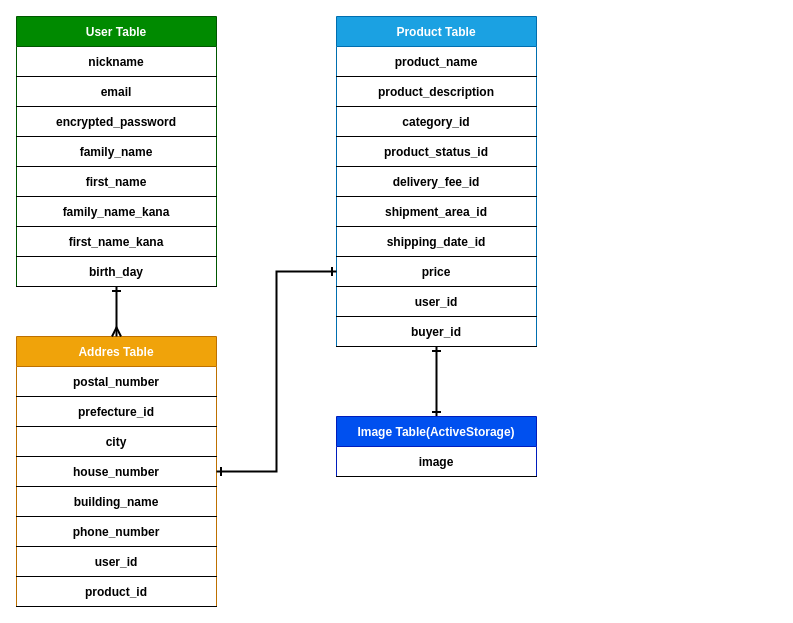
The draw.io diagram ER.dio in Hempraw/furima-34450, before the edit. Source tidied: cells renumbered, new cells numbered last; positions are measured from the earlier drawing's top-left corner, leaving out a move shared by most shapes. Both pictures are drawn from the tidied source at 100%, with x=0, y=0 at pixel (16, 16).
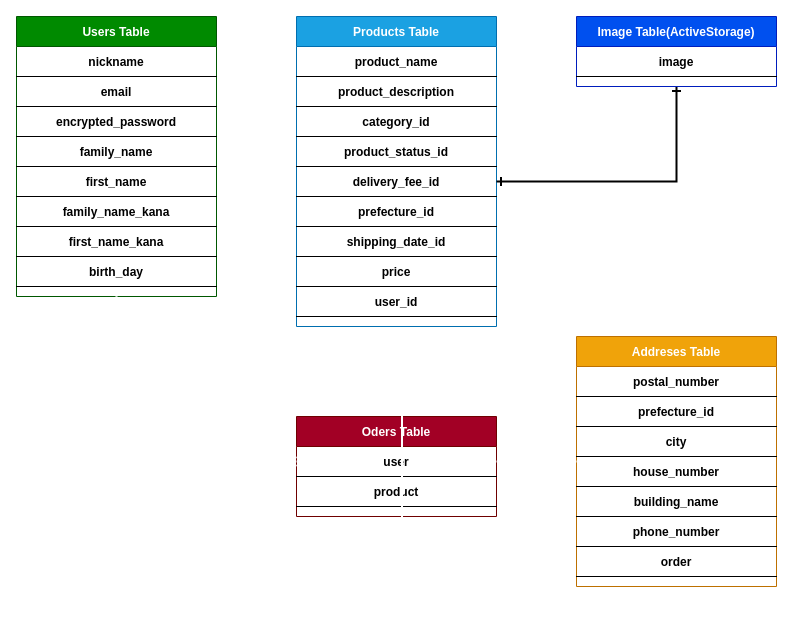
After the change.

Commit message (it also covers changes not shown here):
ER図、DB設計の修正

Unchanged cells that the change refers to:
```xml
<mxCell id="12" style="shape=partialRectangle;fillColor=none;top=0;left=0;bottom=1;right=0;points=[[0,0.5],[1,0.5]];portConstraint=eastwest;" parent="3" vertex="1">
  <mxGeometry y="150" width="200" height="30" as="geometry" />
</mxCell>
<mxCell id="18" style="shape=partialRectangle;fillColor=none;top=0;left=0;bottom=1;right=0;points=[[0,0.5],[1,0.5]];portConstraint=eastwest;" parent="3" vertex="1">
  <mxGeometry y="240" width="200" height="30" as="geometry" />
</mxCell>
<mxCell id="27" style="shape=partialRectangle;fillColor=none;top=0;left=0;bottom=1;right=0;points=[[0,0.5],[1,0.5]];portConstraint=eastwest;" parent="20" vertex="1">
  <mxGeometry y="120" width="200" height="30" as="geometry" />
</mxCell>
<mxCell id="29" style="shape=partialRectangle;fillColor=none;top=0;left=0;bottom=1;right=0;points=[[0,0.5],[1,0.5]];portConstraint=eastwest;" parent="20" vertex="1">
  <mxGeometry y="150" width="200" height="30" as="geometry" />
</mxCell>
<mxCell id="31" style="shape=partialRectangle;fillColor=none;top=0;left=0;bottom=1;right=0;" parent="20" vertex="1">
  <mxGeometry y="180" width="200" height="30" as="geometry" />
</mxCell>
<mxCell id="35" style="shape=partialRectangle;fillColor=none;top=0;left=0;bottom=1;right=0;points=[[0,0.5],[1,0.5]];portConstraint=eastwest;" parent="20" vertex="1">
  <mxGeometry y="240" width="200" height="30" as="geometry" />
</mxCell>
<mxCell id="37" style="shape=partialRectangle;fillColor=none;top=0;left=0;bottom=1;right=0;" parent="20" vertex="1">
  <mxGeometry y="270" width="200" height="30" as="geometry" />
</mxCell>
<mxCell id="52" style="shape=partialRectangle;fillColor=none;top=0;left=0;bottom=1;right=0;points=[[0,0.5],[1,0.5]];portConstraint=eastwest;" parent="45" vertex="1">
  <mxGeometry y="120" width="200" height="30" as="geometry" />
</mxCell>
<mxCell id="58" style="shape=partialRectangle;fillColor=none;top=0;left=0;bottom=1;right=0;" parent="45" vertex="1">
  <mxGeometry y="210" width="200" height="30" as="geometry" />
</mxCell>
```

The edit, as a diff of the source:
```diff
@@
-    <mxCell id="2" style="edgeStyle=orthogonalEdgeStyle;rounded=0;jettySize=auto;html=1;entryX=0;entryY=0.5;entryDx=0;entryDy=0;startArrow=ERone;startFill=0;endArrow=ERmany;endFill=0;strokeWidth=2;fillColor=#60a917;strokeColor=#FFFFFF;" parent="1" edge="1" source="3" target="27">
+    <mxCell id="2" style="edgeStyle=orthogonalEdgeStyle;rounded=0;jettySize=auto;html=1;entryX=0;entryY=0.5;entryDx=0;entryDy=0;startArrow=ERone;startFill=0;endArrow=ERmany;endFill=0;strokeWidth=2;fillColor=#60a917;strokeColor=#FFFFFF;exitX=1;exitY=0.5;exitDx=0;exitDy=0;" parent="1" edge="1" source="12" target="29">
       <mxGeometry relative="1" as="geometry" />
     </mxCell>
-    <mxCell id="3" value="User Table" style="shape=table;startSize=30;childLayout=tableLayout;rowLines=0;fontStyle=1;align=center;strokeColor=#005700;fillColor=#008a00;fontColor=#ffffff;" parent="1" vertex="1">
-      <mxGeometry width="200" height="270" as="geometry" />
+    <mxCell id="3" value="Users Table" style="shape=table;startSize=30;childLayout=tableLayout;rowLines=0;fontStyle=1;align=center;strokeColor=#005700;fillColor=#008a00;fontColor=#ffffff;" parent="1" vertex="1">
+      <mxGeometry width="200" height="280" as="geometry" />
     </mxCell>
@@
+    <mxCell id="64" style="edgeStyle=orthogonalEdgeStyle;rounded=0;jettySize=auto;html=1;startArrow=ERone;startFill=0;endArrow=ERone;endFill=0;strokeColor=#FFFFFF;strokeWidth=2;entryX=0.5;entryY=0;entryDx=0;entryDy=0;" parent="1" edge="1" source="20" target="66">
+      <mxGeometry relative="1" as="geometry" />
+    </mxCell>
-    <mxCell id="20" value="Product Table" style="shape=table;startSize=30;childLayout=tableLayout;rowLines=0;fontStyle=1;align=center;strokeColor=#006EAF;fillColor=#1ba1e2;fontColor=#ffffff;" parent="1" vertex="1">
-      <mxGeometry x="320" width="200" height="330" as="geometry" />
+    <mxCell id="20" value="Products Table" style="shape=table;startSize=30;childLayout=tableLayout;rowLines=0;fontStyle=1;align=center;strokeColor=#006EAF;fillColor=#1ba1e2;fontColor=#ffffff;" parent="1" vertex="1">
+      <mxGeometry x="280" width="200" height="310" as="geometry" />
     </mxCell>
@@
-    <mxCell id="23" style="shape=partialRectangle;fillColor=none;top=0;left=0;bottom=1;right=0;" parent="20" vertex="1">
+    <mxCell id="23" style="shape=partialRectangle;top=0;left=0;bottom=1;right=0;fillColor=none;" parent="20" vertex="1">
       <mxGeometry y="60" width="200" height="30" as="geometry" />
     </mxCell>
@@
-    <mxCell id="32" value="shipment_area_id" style="shape=partialRectangle;fillColor=none;top=0;left=0;bottom=0;right=0;fontStyle=1;overflow=hidden;" parent="31" vertex="1">
+    <mxCell id="32" value="prefecture_id" style="shape=partialRectangle;fillColor=none;top=0;left=0;bottom=0;right=0;fontStyle=1;overflow=hidden;" parent="31" vertex="1">
       <mxGeometry width="200" height="30" as="geometry" />
     </mxCell>
@@
-    <mxCell id="38" value="user_id" style="shape=partialRectangle;fillColor=none;top=0;left=0;bottom=0;right=0;fontStyle=1;overflow=hidden;" parent="37" vertex="1">
+    <mxCell id="38" value="user_id" style="shape=partialRectangle;fillColor=none;top=0;left=0;bottom=0;right=0;fontStyle=1;overflow=hidden;strokeColor=none;" parent="37" vertex="1">
       <mxGeometry width="200" height="30" as="geometry" />
     </mxCell>
-    <mxCell id="39" style="shape=partialRectangle;fillColor=none;top=0;left=0;bottom=1;right=0;points=[[0,0.5],[1,0.5]];portConstraint=eastwest;" parent="20" vertex="1">
-      <mxGeometry y="300" width="200" height="30" as="geometry" />
-    </mxCell>
-    <mxCell id="40" value="buyer_id" style="shape=partialRectangle;fillColor=none;top=0;left=0;bottom=0;right=0;fontStyle=1;overflow=hidden;" parent="39" vertex="1">
-      <mxGeometry width="200" height="30" as="geometry" />
-    </mxCell>
-    <mxCell id="41" style="edgeStyle=orthogonalEdgeStyle;rounded=0;jettySize=auto;html=1;entryX=0.5;entryY=1;entryDx=0;entryDy=0;entryPerimeter=0;startArrow=ERone;startFill=0;endArrow=ERone;endFill=0;strokeWidth=2;" parent="1" edge="1" source="42" target="39">
+    <mxCell id="41" style="edgeStyle=orthogonalEdgeStyle;rounded=0;jettySize=auto;html=1;entryX=1;entryY=0.5;entryDx=0;entryDy=0;startArrow=ERone;startFill=0;endArrow=ERone;endFill=0;strokeWidth=2;" parent="1" edge="1" source="42" target="29">
       <mxGeometry relative="1" as="geometry" />
     </mxCell>
     <mxCell id="42" value="Image Table(ActiveStorage)" style="shape=table;startSize=30;childLayout=tableLayout;rowLines=0;fontStyle=1;align=center;fillColor=#0050ef;strokeColor=#001DBC;fontColor=#ffffff;" parent="1" vertex="1">
-      <mxGeometry x="320" y="400" width="200" height="60" as="geometry" />
+      <mxGeometry x="560" width="200" height="70" as="geometry" />
     </mxCell>
@@
-    <mxCell id="45" value="Addres Table" style="shape=table;startSize=30;childLayout=tableLayout;rowLines=0;fontStyle=1;align=center;strokeColor=#BD7000;fillColor=#f0a30a;fontColor=#ffffff;" parent="1" vertex="1">
-      <mxGeometry y="320" width="200" height="270" as="geometry" />
+    <mxCell id="45" value="Addreses Table" style="shape=table;startSize=30;childLayout=tableLayout;rowLines=0;fontStyle=1;align=center;strokeColor=#BD7000;fillColor=#f0a30a;fontColor=#ffffff;" parent="1" vertex="1">
+      <mxGeometry x="560" y="320" width="200" height="250" as="geometry" />
     </mxCell>
@@
-    <mxCell id="59" value="user_id" style="shape=partialRectangle;fillColor=none;top=0;left=0;bottom=0;right=0;fontStyle=1;overflow=hidden;" parent="58" vertex="1">
+    <mxCell id="59" value="order" style="shape=partialRectangle;fillColor=none;top=0;left=0;bottom=0;right=0;fontStyle=1;overflow=hidden;" parent="58" vertex="1">
       <mxGeometry width="200" height="30" as="geometry" />
     </mxCell>
-    <mxCell id="60" style="shape=partialRectangle;fillColor=none;top=0;left=0;bottom=1;right=0;" parent="45" vertex="1">
-      <mxGeometry y="240" width="200" height="30" as="geometry" />
-    </mxCell>
-    <mxCell id="61" value="product_id" style="shape=partialRectangle;fillColor=none;top=0;left=0;bottom=0;right=0;fontStyle=1;overflow=hidden;" parent="60" vertex="1">
-      <mxGeometry width="200" height="30" as="geometry" />
-    </mxCell>
-    <mxCell id="62" style="edgeStyle=orthogonalEdgeStyle;rounded=0;jettySize=auto;html=1;startArrow=ERone;startFill=0;endArrow=ERmany;endFill=0;strokeWidth=2;exitX=0.5;exitY=1;exitDx=0;exitDy=0;exitPerimeter=0;" parent="1" edge="1" source="18" target="45">
-      <mxGeometry relative="1" as="geometry" />
-    </mxCell>
-    <mxCell id="63" style="edgeStyle=orthogonalEdgeStyle;rounded=0;jettySize=auto;html=1;entryX=0;entryY=0.5;entryDx=0;entryDy=0;startArrow=ERone;startFill=0;endArrow=ERone;endFill=0;strokeWidth=2;" parent="1" edge="1" source="52" target="35">
+    <mxCell id="63" style="edgeStyle=orthogonalEdgeStyle;rounded=0;jettySize=auto;html=1;entryX=0.5;entryY=0.967;entryDx=0;entryDy=0;startArrow=ERone;startFill=0;endArrow=ERone;endFill=0;strokeWidth=2;exitX=0.5;exitY=0;exitDx=0;exitDy=0;entryPerimeter=0;" parent="1" edge="1" source="45">
       <mxGeometry relative="1" as="geometry" />
     </mxCell>
+    <mxCell id="65" style="edgeStyle=orthogonalEdgeStyle;rounded=0;jettySize=auto;html=1;entryX=0.5;entryY=1;entryDx=0;entryDy=0;startArrow=ERmany;startFill=0;endArrow=ERone;endFill=0;strokeColor=#FFFFFF;strokeWidth=2;exitX=0;exitY=0.5;exitDx=0;exitDy=0;" parent="1" edge="1" target="3">
+      <mxGeometry relative="1" as="geometry">
+        <mxPoint x="270" y="460" as="sourcePoint" />
+      </mxGeometry>
+    </mxCell>
+    <mxCell id="66" value="Oders Table" style="shape=table;startSize=30;childLayout=tableLayout;rowLines=0;fontStyle=1;align=center;strokeColor=#6F0000;fillColor=#a20025;fontColor=#ffffff;" parent="1" vertex="1">
+      <mxGeometry x="280" y="400" width="200" height="100" as="geometry" />
+    </mxCell>
+    <mxCell id="67" style="shape=partialRectangle;fillColor=none;top=0;left=0;bottom=1;right=0;points=[[0,0.5],[1,0.5]];portConstraint=eastwest;" parent="66" vertex="1">
+      <mxGeometry y="30" width="200" height="30" as="geometry" />
+    </mxCell>
+    <mxCell id="68" value="user" style="shape=partialRectangle;fillColor=none;top=0;left=0;bottom=0;right=0;fontStyle=1;overflow=hidden;" parent="67" vertex="1">
+      <mxGeometry width="200" height="30" as="geometry" />
+    </mxCell>
+    <mxCell id="69" style="shape=partialRectangle;fillColor=none;top=0;left=0;bottom=1;right=0;" parent="66" vertex="1">
+      <mxGeometry y="60" width="200" height="30" as="geometry" />
+    </mxCell>
+    <mxCell id="70" value="product" style="shape=partialRectangle;fillColor=none;top=0;left=0;bottom=0;right=0;fontStyle=1;overflow=hidden;" parent="69" vertex="1">
+      <mxGeometry width="200" height="30" as="geometry" />
+    </mxCell>
+    <mxCell id="71" style="edgeStyle=orthogonalEdgeStyle;rounded=0;jettySize=auto;html=1;startArrow=ERone;startFill=0;endArrow=ERone;endFill=0;strokeColor=#FFFFFF;strokeWidth=2;entryX=1;entryY=0.5;entryDx=0;entryDy=0;exitX=-0.005;exitY=0.088;exitDx=0;exitDy=0;exitPerimeter=0;" parent="1" edge="1" source="45">
+      <mxGeometry relative="1" as="geometry">
+        <mxPoint x="210" y="530" as="targetPoint" />
+      </mxGeometry>
+    </mxCell>
+    <mxCell id="72" style="edgeStyle=orthogonalEdgeStyle;rounded=0;jettySize=auto;html=1;startArrow=ERone;startFill=0;endArrow=ERone;endFill=0;strokeColor=#FFFFFF;strokeWidth=2;" parent="1" edge="1" source="67" target="45">
+      <mxGeometry relative="1" as="geometry" />
+    </mxCell>
+    <mxCell id="73" style="edgeStyle=orthogonalEdgeStyle;rounded=0;jettySize=auto;html=1;entryX=0.5;entryY=1;entryDx=0;entryDy=0;startArrow=ERmany;startFill=0;endArrow=ERone;endFill=0;strokeColor=#FFFFFF;strokeWidth=2;" parent="1" edge="1" source="67" target="3">
+      <mxGeometry relative="1" as="geometry" />
+    </mxCell>
```
